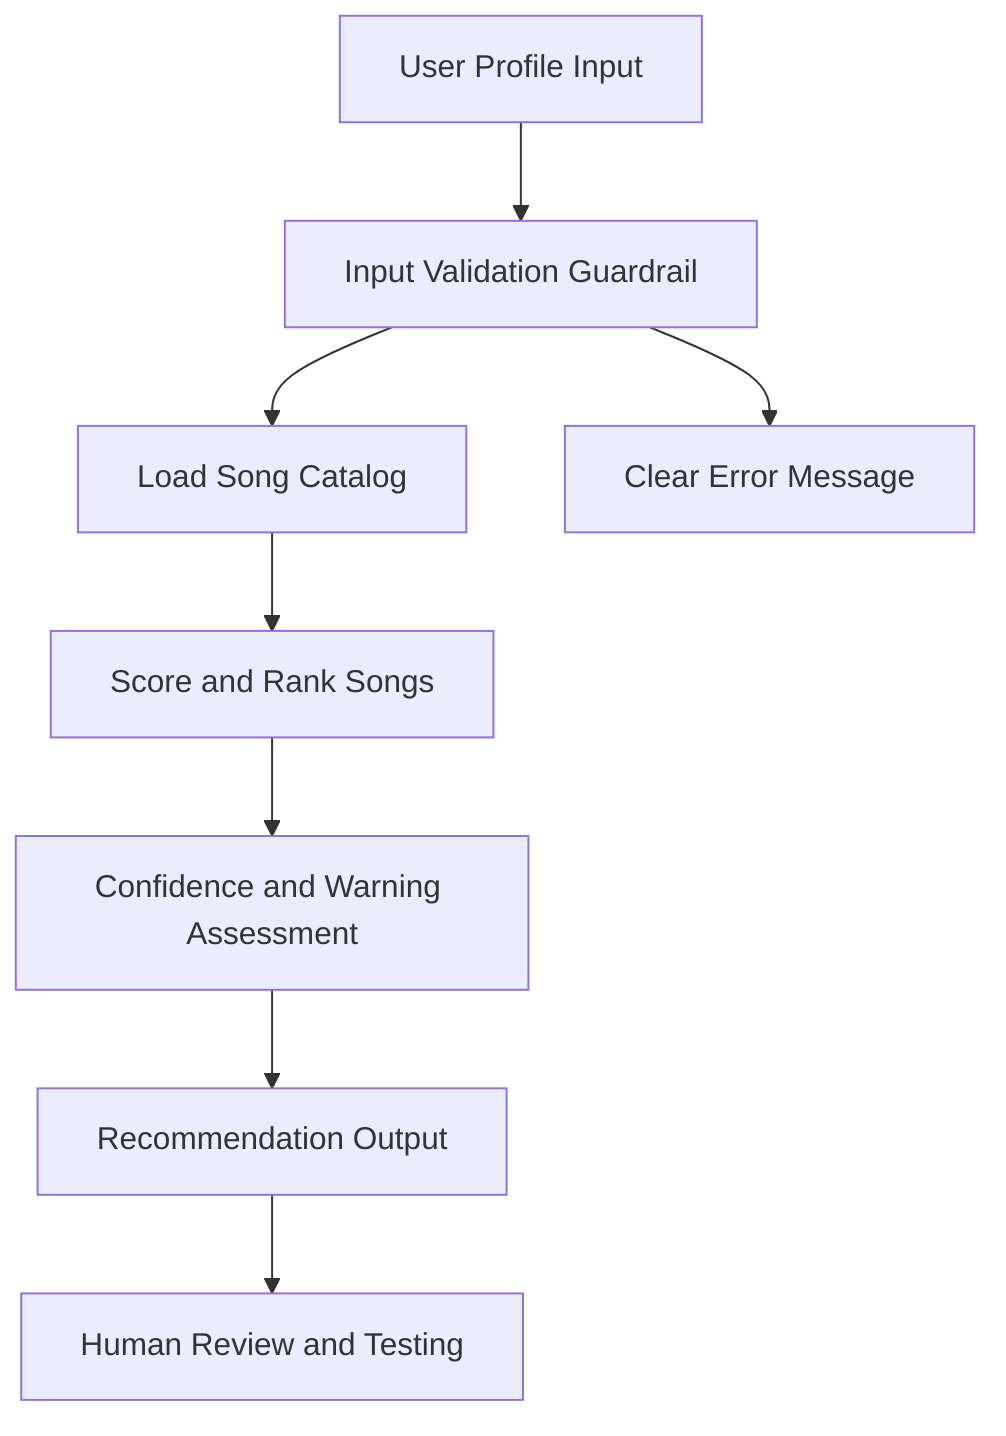
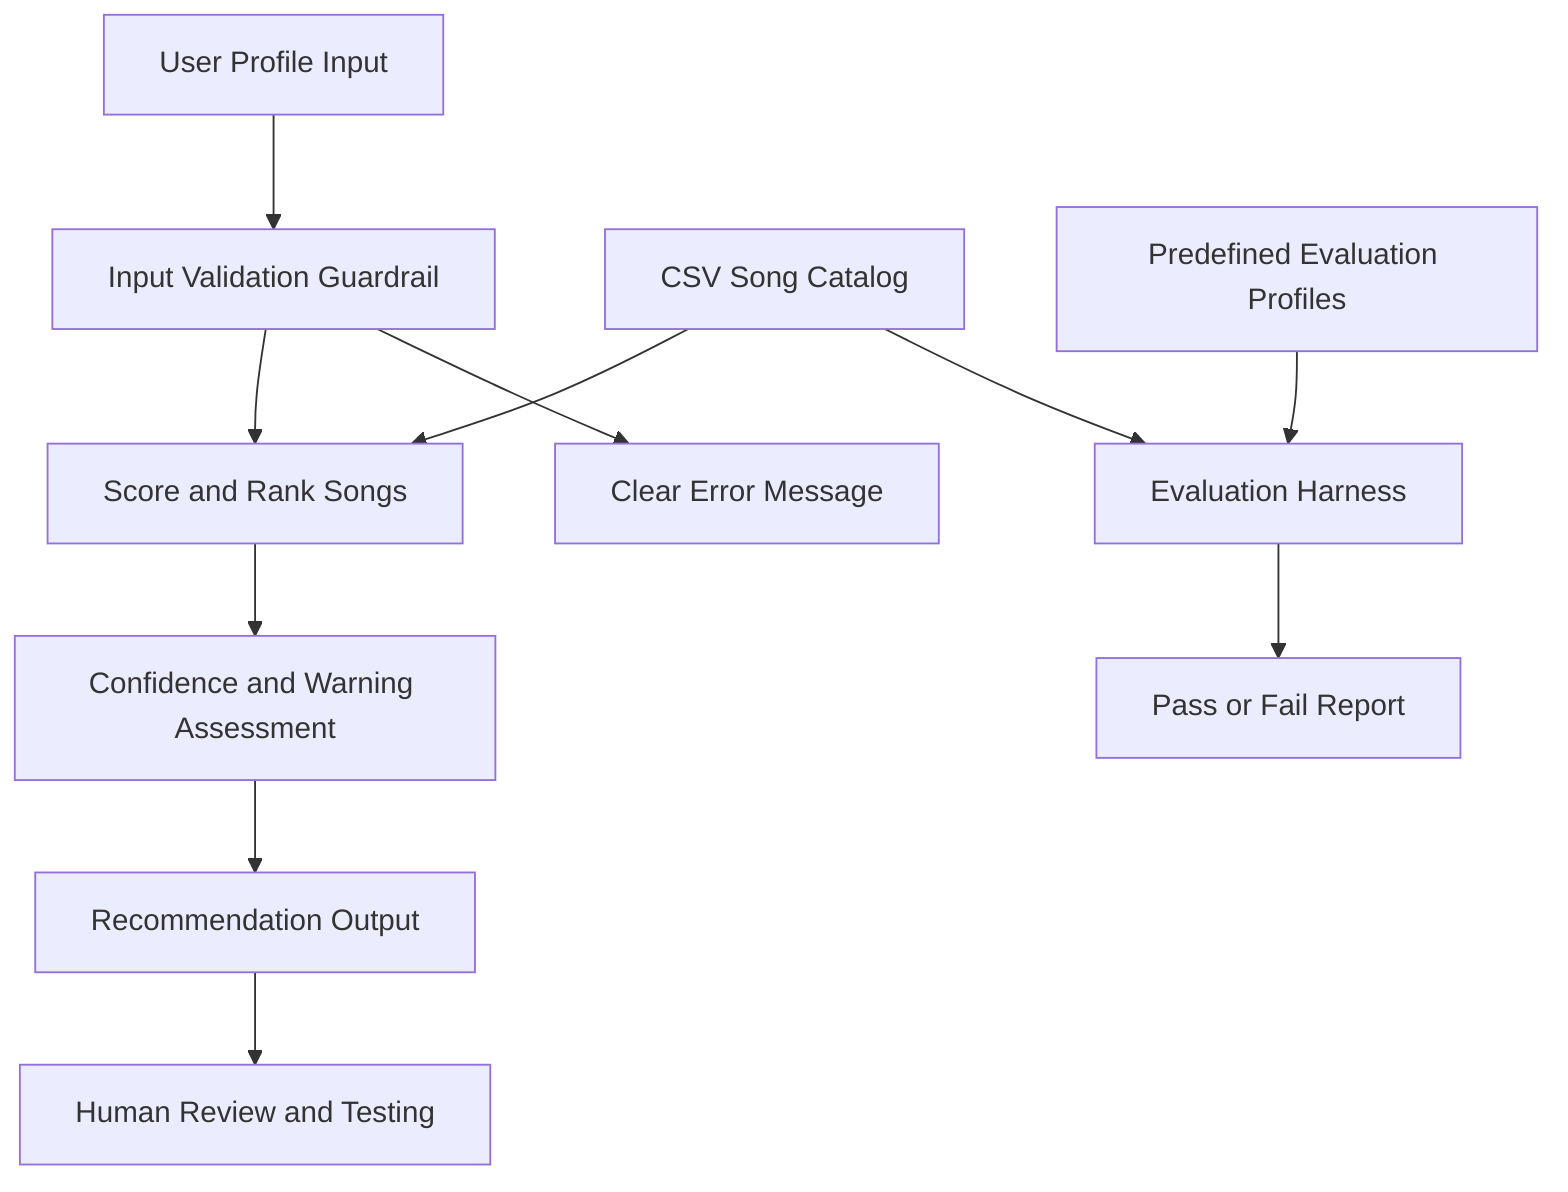
flowchart TD
    A[User Profile Input] --> B[Input Validation Guardrail]
-     B --> C[Load Song Catalog]
-     C --> D[Score and Rank Songs]
+     C[CSV Song Catalog] --> D[Score and Rank Songs]
+     B --> D
    D --> E[Confidence and Warning Assessment]
    E --> F[Recommendation Output]
    F --> G[Human Review and Testing]
    B --> H[Clear Error Message]
+     I[Predefined Evaluation Profiles] --> J[Evaluation Harness]
+     C --> J
+     J --> K[Pass or Fail Report]
